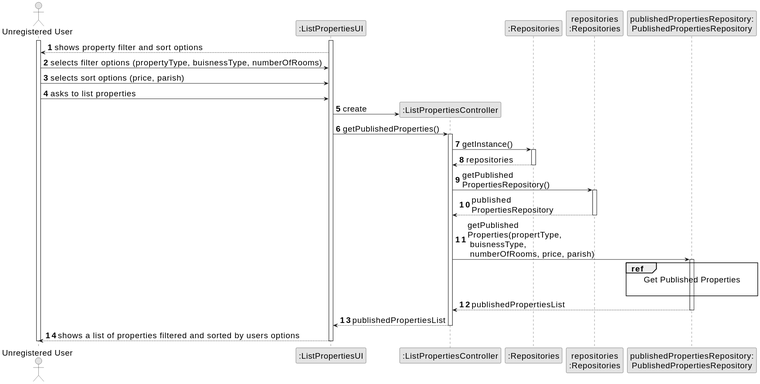
Before: docs/sprintB/us001/03.design/svg/us001-sequence-diagram-split.svg, a diagram exported from PlantUML (Goncalves2525/real-estate-management-system).
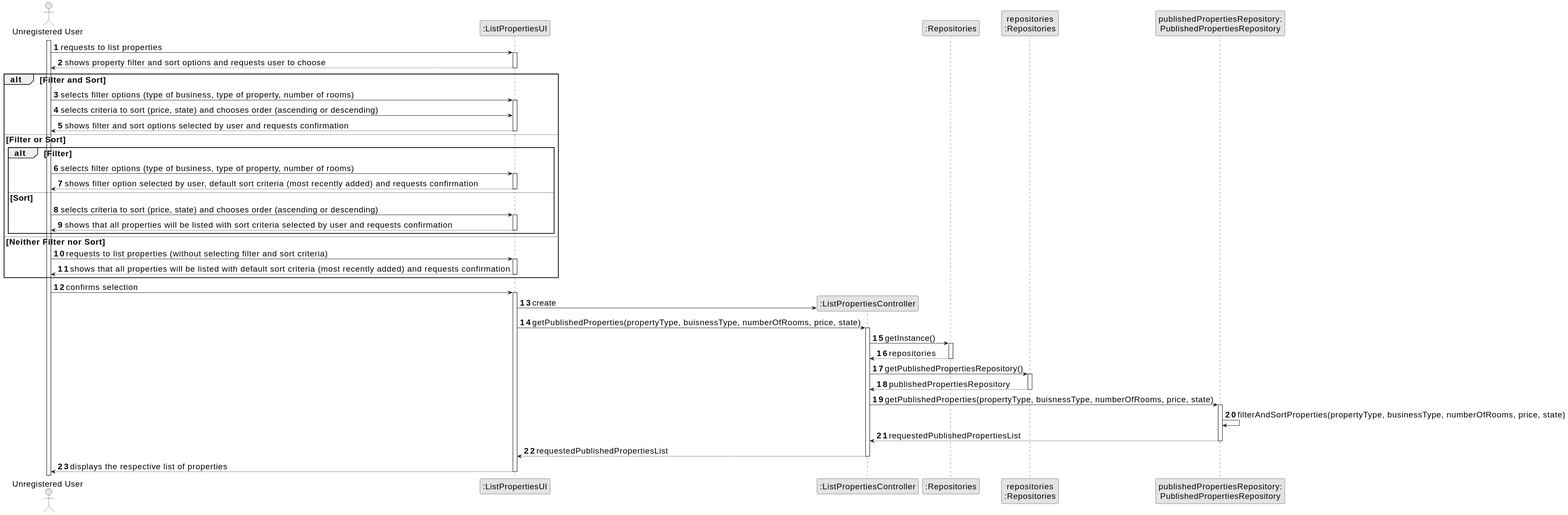
After the commit.

What changed in the source:
```diff
@@ -15,49 +15,83 @@
 
 activate uUser
 
+            uUser -> UI : requests to list properties
+            activate UI
+
+            UI --> uUser : shows property filter and sort options and requests user to choose
+
+            deactivate UI
 
 
-        activate UI
+            alt Filter and Sort
 
-            UI --> uUser : shows property filter and sort options
-            uUser -> UI : selects filter options (propertyType, buisnessType, numberOfRooms)
-            uUser -> UI : selects sort options (price, parish)
-            uUser -> UI : asks to list properties
-            UI -> CTRL** : create
+                uUser -> UI : selects filter options (type of business, type of property, number of rooms)
+                activate UI
 
-            UI -> CTRL : getPublishedProperties()
-            activate CTRL
-
-                CTRL -> REPOS : getInstance()
-                activate REPOS
-
-                    REPOS --> CTRL: repositories
-                deactivate REPOS
-
-                CTRL -> repos : getPublished\nPropertiesRepository()
-                activate repos
-
-                    repos --> CTRL: published\nPropertiesRepository
-                deactivate repos
-
-                CTRL -> PublishedPropertiesRepository : getPublished\nProperties(propertType,\n buisnessType,\n numberOfRooms, price, parish)
-                activate PublishedPropertiesRepository
-                    ref over PublishedPropertiesRepository
-                        Get Published Properties
-
-                    end ref
-                    PublishedPropertiesRepository --> CTRL : publishedPropertiesList
+                uUser -> UI : selects criteria to sort (price, state) and chooses order (ascending or descending)
                 deactivate PublishedPropertiesRepository
 
 
+                UI --> uUser : shows filter and sort options selected by user and requests confirmation
+                deactivate UI
 
+            else Filter or Sort
 
+                alt Filter
+                    uUser -> UI : selects filter options (type of business, type of property, number of rooms)
+                    activate UI
 
-                CTRL --> UI : publishedPropertiesList
+                    UI --> uUser: shows filter option selected by user, default sort criteria (most recently added) and requests confirmation
+                    deactivate UI
+
+                else Sort
+                    uUser -> UI: selects criteria to sort (price, state) and chooses order (ascending or descending)
+                    activate UI
+
+                    UI --> uUser : shows that all properties will be listed with sort criteria selected by user and requests confirmation
+                    deactivate UI
+                end
+
+            else Neither Filter nor Sort
+                uUser -> UI : requests to list properties (without selecting filter and sort criteria)
+                activate UI
+
+                UI --> uUser : shows that all properties will be listed with default sort criteria (most recently added) and requests confirmation
+                deactivate UI
+
+            end
+
+            uUser -> UI : confirms selection
+            activate UI
+
+            UI -> CTRL** : create
+            UI -> CTRL : getPublishedProperties(propertyType, buisnessType, numberOfRooms, price, state)
+
+            activate CTRL
+
+            CTRL -> REPOS : getInstance()
+            activate REPOS
+
+            REPOS --> CTRL: repositories
+            deactivate REPOS
+
+            CTRL -> repos : getPublishedPropertiesRepository()
+            activate repos
+
+            repos --> CTRL: publishedPropertiesRepository
+            deactivate repos
+
+            CTRL -> PublishedPropertiesRepository : getPublishedProperties(propertyType, buisnessType, numberOfRooms, price, state)
+            activate PublishedPropertiesRepository
+
+            PublishedPropertiesRepository -> PublishedPropertiesRepository : filterAndSortProperties(propertyType, businessType, numberOfRooms, price, state)
+
+            PublishedPropertiesRepository --> CTRL : requestedPublishedPropertiesList
+            deactivate PublishedPropertiesRepository
+
+            CTRL --> UI : requestedPublishedPropertiesList
             deactivate CTRL
 
-            UI --> uUser : shows a list of properties filtered and sorted by users options
-        deactivate UI
-
-deactivate uUser
+            UI --> uUser : displays the respective list of properties
+            deactivate UI
 @enduml
```
